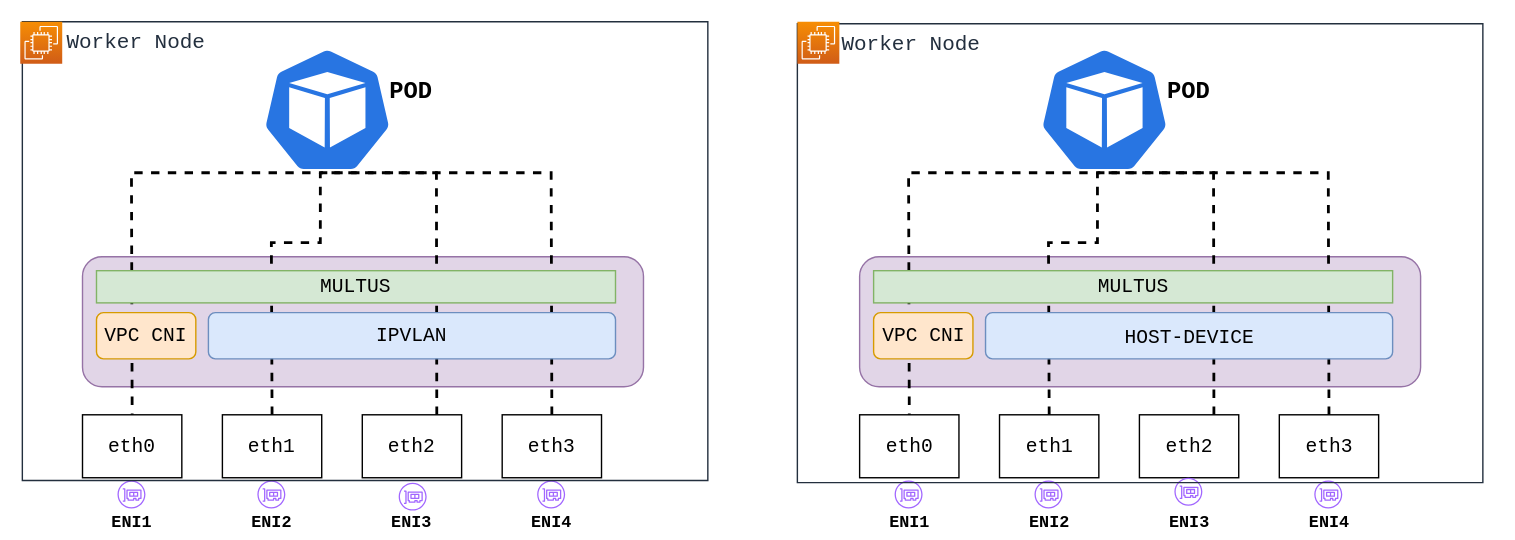
Earlier version of the draw.io export docs/diagrams/arch.drawio.svg (johnlam90/aws-multi-eni-controller). Source tidied: cells renumbered, new cells last; positions are measured from the earlier drawing's top-left corner, leaving out a move shared by most shapes.
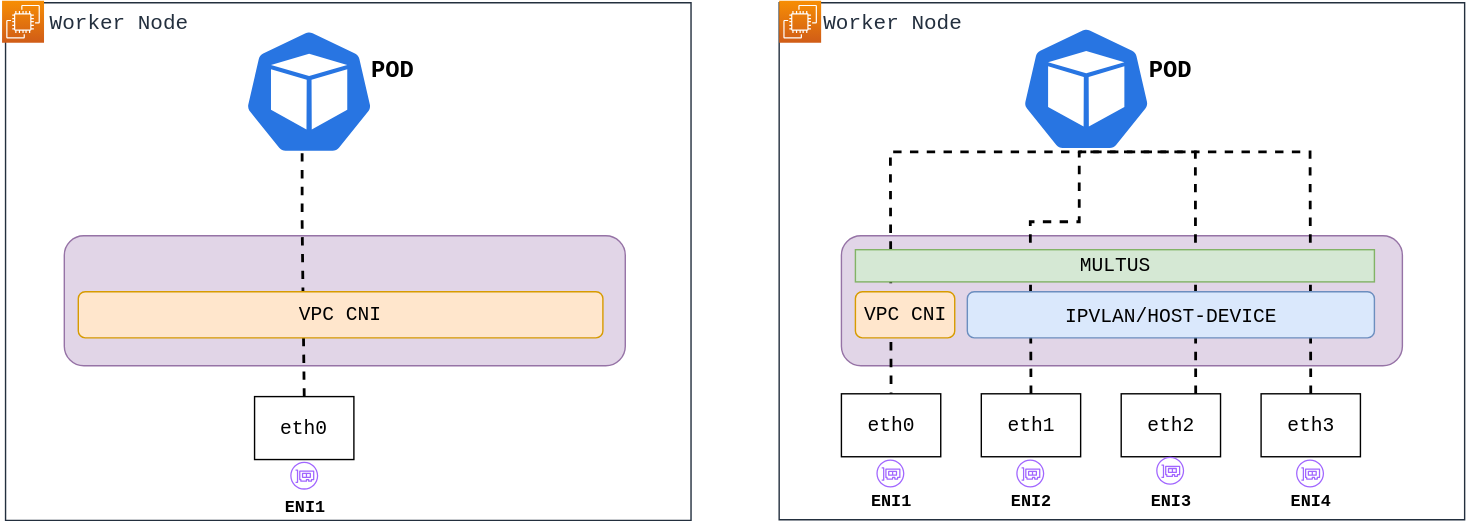
The same file after the commit.

Diff of the diagram source:
```diff
@@ -2,98 +2,32 @@
   <root>
     <mxCell id="0" />
     <mxCell id="1" parent="0" />
-    <mxCell id="2" style="rounded=0;whiteSpace=wrap;html=1;fillStyle=solid;strokeColor=none;" parent="1" vertex="1">
-      <mxGeometry width="1082" height="386" as="geometry" />
-    </mxCell>
-    <mxCell id="3" style="sketch=0;fontColor=#232F3E;gradientColor=none;fillColor=#A166FF;strokeColor=none;dashed=0;verticalLabelPosition=bottom;verticalAlign=top;align=center;html=1;fontSize=12;fontStyle=0;shape=mxgraph.aws4.elastic_network_interface;" parent="1" vertex="1">
-      <mxGeometry x="183" y="343" width="20" height="20" as="geometry" />
-    </mxCell>
-    <mxCell id="4" style="sketch=0;fontColor=#232F3E;gradientColor=none;fillColor=#A166FF;strokeColor=none;dashed=0;verticalLabelPosition=bottom;verticalAlign=top;align=center;html=1;fontSize=12;fontStyle=0;shape=mxgraph.aws4.elastic_network_interface;" parent="1" vertex="1">
-      <mxGeometry x="83" y="343" width="20" height="20" as="geometry" />
-    </mxCell>
+    <mxCell id="25" value="&lt;font style=&quot;font-size: 15px&quot; face=&quot;Courier New&quot;&gt;Worker Node&lt;/font&gt;" style="gradientColor=none;html=1;whiteSpace=wrap;fontSize=12;fontStyle=0;shape=mxgraph.aws4.group;grIcon=mxgraph.aws4.group_aws_cloud_alt;strokeColor=#232F3E;fillColor=none;verticalAlign=top;align=left;spacingLeft=30;fontColor=#232F3E;labelBackgroundColor=#ffffff;strokeWidth=1;" parent="1" vertex="1">
+      <mxGeometry x="16" y="16.5" width="490" height="370" as="geometry" />
+    </mxCell>
     <mxCell id="5" style="rounded=1;whiteSpace=wrap;html=1;fillColor=#e1d5e7;strokeColor=#9673a6;" parent="1" vertex="1">
       <mxGeometry x="58" y="183" width="401" height="93" as="geometry" />
     </mxCell>
-    <mxCell id="6" value="&lt;font style=&quot;font-size: 14px&quot; face=&quot;Courier New&quot;&gt;eth0&lt;/font&gt;" style="rounded=0;whiteSpace=wrap;html=1;" parent="1" vertex="1">
-      <mxGeometry x="58" y="296" width="71" height="45" as="geometry" />
-    </mxCell>
-    <mxCell id="7" value="&lt;font style=&quot;font-size: 14px&quot; face=&quot;Courier New&quot;&gt;eth1&lt;/font&gt;" style="rounded=0;whiteSpace=wrap;html=1;" parent="1" vertex="1">
-      <mxGeometry x="158" y="296" width="71" height="45" as="geometry" />
+    <mxCell id="7" value="&lt;font style=&quot;font-size: 14px&quot; face=&quot;Courier New&quot;&gt;eth0&lt;/font&gt;" style="rounded=0;whiteSpace=wrap;html=1;" parent="1" vertex="1">
+      <mxGeometry x="194" y="298" width="71" height="45" as="geometry" />
     </mxCell>
-    <mxCell id="8" value="&lt;font style=&quot;font-size: 14px&quot; face=&quot;Courier New&quot;&gt;eth2&lt;/font&gt;" style="rounded=0;whiteSpace=wrap;html=1;" parent="1" vertex="1">
-      <mxGeometry x="258" y="296" width="71" height="45" as="geometry" />
-    </mxCell>
-    <mxCell id="9" value="&lt;font style=&quot;font-size: 14px&quot; face=&quot;Courier New&quot;&gt;eth3&lt;/font&gt;" style="rounded=0;whiteSpace=wrap;html=1;" parent="1" vertex="1">
-      <mxGeometry x="358" y="296" width="71" height="45" as="geometry" />
-    </mxCell>
-    <mxCell id="10" style="sketch=0;fontColor=#232F3E;gradientColor=none;fillColor=#A166FF;strokeColor=none;dashed=0;verticalLabelPosition=bottom;verticalAlign=top;align=center;html=1;fontSize=12;fontStyle=0;shape=mxgraph.aws4.elastic_network_interface;" parent="1" vertex="1">
-      <mxGeometry x="284" y="344.5" width="20" height="20" as="geometry" />
-    </mxCell>
-    <mxCell id="11" style="sketch=0;fontColor=#232F3E;gradientColor=none;fillColor=#A166FF;strokeColor=none;dashed=0;verticalLabelPosition=bottom;verticalAlign=top;align=center;html=1;fontSize=12;fontStyle=0;shape=mxgraph.aws4.elastic_network_interface;" parent="1" vertex="1">
-      <mxGeometry x="383" y="343" width="20" height="20" as="geometry" />
-    </mxCell>
     <mxCell id="12" style="sketch=0;html=1;dashed=0;whitespace=wrap;fillColor=#2875E2;strokeColor=#ffffff;points=[[0.005,0.63,0],[0.1,0.2,0],[0.9,0.2,0],[0.5,0,0],[0.995,0.63,0],[0.72,0.99,0],[0.5,1,0],[0.28,0.99,0]];shape=mxgraph.kubernetes.icon;prIcon=pod;" parent="1" vertex="1">
-      <mxGeometry x="183" y="33" width="100" height="90" as="geometry" />
+      <mxGeometry x="183" y="35" width="100" height="90" as="geometry" />
     </mxCell>
-    <mxCell id="13" style="endArrow=none;dashed=1;html=1;rounded=0;entryX=0.5;entryY=0;entryDx=0;entryDy=0;strokeWidth=2;" parent="1" edge="1" target="6">
-      <mxGeometry relative="1" as="geometry">
-        <mxPoint x="233" y="123" as="sourcePoint" />
-        <Array as="points">
-          <mxPoint x="93" y="123" />
-        </Array>
-      </mxGeometry>
-    </mxCell>
-    <mxCell id="14" value="&lt;font style=&quot;font-size: 14px&quot; face=&quot;Courier New&quot;&gt;VPC CNI&lt;/font&gt;" style="rounded=1;whiteSpace=wrap;html=1;fillColor=#ffe6cc;strokeColor=#d79b00;" parent="1" vertex="1">
-      <mxGeometry x="68" y="223" width="71" height="33" as="geometry" />
-    </mxCell>
     <mxCell id="15" style="endArrow=none;dashed=1;html=1;rounded=0;exitX=0.5;exitY=0;exitDx=0;exitDy=0;strokeWidth=2;" parent="1" edge="1" source="7">
       <mxGeometry relative="1" as="geometry">
         <mxPoint x="228" y="123" as="targetPoint" />
         <Array as="points">
-          <mxPoint x="193" y="173" />
           <mxPoint x="228" y="173" />
         </Array>
       </mxGeometry>
     </mxCell>
-    <mxCell id="16" style="endArrow=none;dashed=1;html=1;rounded=0;entryX=0.5;entryY=1;entryDx=0;entryDy=0;entryPerimeter=0;exitX=0.75;exitY=0;exitDx=0;exitDy=0;strokeWidth=2;" parent="1" edge="1" source="8" target="12">
-      <mxGeometry relative="1" as="geometry">
-        <Array as="points">
-          <mxPoint x="311" y="123" />
-        </Array>
-      </mxGeometry>
-    </mxCell>
-    <mxCell id="17" style="endArrow=none;dashed=1;html=1;rounded=0;exitX=0.5;exitY=0;exitDx=0;exitDy=0;strokeColor=default;strokeWidth=2;" parent="1" edge="1" source="9">
-      <mxGeometry relative="1" as="geometry">
-        <mxPoint x="228" y="123" as="targetPoint" />
-        <Array as="points">
-          <mxPoint x="393" y="123" />
-        </Array>
-      </mxGeometry>
-    </mxCell>
-    <mxCell id="18" value="&lt;font style=&quot;font-size: 14px&quot; face=&quot;Courier New&quot;&gt;IPVLAN&lt;/font&gt;" style="rounded=1;whiteSpace=wrap;html=1;fillColor=#dae8fc;strokeColor=#6c8ebf;" parent="1" vertex="1">
-      <mxGeometry x="148" y="223" width="291" height="33" as="geometry" />
-    </mxCell>
-    <mxCell id="19" value="&lt;font style=&quot;font-size: 14px&quot; face=&quot;Courier New&quot;&gt;MULTUS&amp;nbsp;&lt;/font&gt;" style="rounded=0;whiteSpace=wrap;html=1;fillColor=#d5e8d4;strokeColor=#82b366;" parent="1" vertex="1">
-      <mxGeometry x="68" y="193" width="371" height="23" as="geometry" />
-    </mxCell>
-    <mxCell id="20" value="&lt;font face=&quot;Courier New&quot;&gt;&lt;b&gt;ENI1&lt;/b&gt;&lt;/font&gt;" style="text;html=1;align=center;verticalAlign=middle;strokeColor=none;fillColor=none;" parent="1" vertex="1">
-      <mxGeometry x="73" y="363" width="40" height="20" as="geometry" />
-    </mxCell>
-    <mxCell id="21" value="&lt;font face=&quot;Courier New&quot;&gt;&lt;b&gt;ENI2&lt;/b&gt;&lt;/font&gt;" style="text;html=1;align=center;verticalAlign=middle;strokeColor=none;fillColor=none;" parent="1" vertex="1">
-      <mxGeometry x="173" y="363" width="40" height="20" as="geometry" />
+    <mxCell id="21" value="&lt;font face=&quot;Courier New&quot;&gt;&lt;b&gt;ENI1&lt;/b&gt;&lt;/font&gt;" style="text;html=1;align=center;verticalAlign=middle;strokeColor=none;fillColor=none;" parent="1" vertex="1">
+      <mxGeometry x="206" y="363" width="47" height="27" as="geometry" />
     </mxCell>
-    <mxCell id="22" value="&lt;font face=&quot;Courier New&quot;&gt;&lt;b&gt;ENI3&lt;/b&gt;&lt;/font&gt;" style="text;html=1;align=center;verticalAlign=middle;strokeColor=none;fillColor=none;" parent="1" vertex="1">
-      <mxGeometry x="273" y="363" width="40" height="20" as="geometry" />
-    </mxCell>
-    <mxCell id="23" value="&lt;font face=&quot;Courier New&quot;&gt;&lt;b&gt;ENI4&lt;/b&gt;&lt;/font&gt;" style="text;html=1;align=center;verticalAlign=middle;strokeColor=none;fillColor=none;" parent="1" vertex="1">
-      <mxGeometry x="373" y="363" width="40" height="20" as="geometry" />
-    </mxCell>
     <mxCell id="24" value="&lt;b&gt;&lt;font face=&quot;Courier New&quot; style=&quot;font-size: 17px&quot;&gt;POD&lt;/font&gt;&lt;/b&gt;" style="text;html=1;strokeColor=none;fillColor=none;align=center;verticalAlign=middle;whiteSpace=wrap;rounded=0;" parent="1" vertex="1">
       <mxGeometry x="263" y="51" width="60" height="30" as="geometry" />
     </mxCell>
-    <mxCell id="25" value="&lt;font style=&quot;font-size: 15px&quot; face=&quot;Courier New&quot;&gt;Worker Node&lt;/font&gt;" style="gradientColor=none;html=1;whiteSpace=wrap;fontSize=12;fontStyle=0;shape=mxgraph.aws4.group;grIcon=mxgraph.aws4.group_aws_cloud_alt;strokeColor=#232F3E;fillColor=none;verticalAlign=top;align=left;spacingLeft=30;fontColor=#232F3E;labelBackgroundColor=#ffffff;strokeWidth=1;" parent="1" vertex="1">
-      <mxGeometry x="15" y="15" width="490" height="328" as="geometry" />
-    </mxCell>
     <mxCell id="26" style="sketch=0;fontColor=#232F3E;gradientColor=#F78E04;gradientDirection=north;fillColor=#D05C17;strokeColor=#ffffff;dashed=0;verticalLabelPosition=bottom;verticalAlign=top;align=center;html=1;fontSize=12;fontStyle=0;shape=mxgraph.aws4.resourceIcon;resIcon=mxgraph.aws4.ec2;" parent="1" vertex="1">
       <mxGeometry x="13.5" y="15" width="30" height="30" as="geometry" />
     </mxCell>
@@ -162,7 +96,7 @@
         </Array>
       </mxGeometry>
     </mxCell>
-    <mxCell id="42" value="&lt;span style=&quot;font-size: 14px&quot;&gt;&lt;font face=&quot;Courier New&quot;&gt;HOST-DEVICE&lt;/font&gt;&lt;/span&gt;" style="rounded=1;whiteSpace=wrap;html=1;fillColor=#dae8fc;strokeColor=#6c8ebf;" parent="1" vertex="1">
+    <mxCell id="42" value="&lt;span style=&quot;font-size: 14px&quot;&gt;&lt;font face=&quot;Courier New&quot;&gt;IPVLAN/HOST-DEVICE&lt;/font&gt;&lt;/span&gt;" style="rounded=1;whiteSpace=wrap;html=1;fillColor=#dae8fc;strokeColor=#6c8ebf;" parent="1" vertex="1">
       <mxGeometry x="703.5" y="223" width="291" height="33" as="geometry" />
     </mxCell>
     <mxCell id="43" value="&lt;font style=&quot;font-size: 14px&quot; face=&quot;Courier New&quot;&gt;MULTUS&amp;nbsp;&lt;/font&gt;" style="rounded=0;whiteSpace=wrap;html=1;fillColor=#d5e8d4;strokeColor=#82b366;" parent="1" vertex="1">
@@ -184,10 +118,16 @@
       <mxGeometry x="818.5" y="51" width="60" height="30" as="geometry" />
     </mxCell>
     <mxCell id="49" value="&lt;font style=&quot;font-size: 15px&quot; face=&quot;Courier New&quot;&gt;Worker Node&lt;/font&gt;" style="gradientColor=none;html=1;whiteSpace=wrap;fontSize=12;fontStyle=0;shape=mxgraph.aws4.group;grIcon=mxgraph.aws4.group_aws_cloud_alt;strokeColor=#232F3E;fillColor=none;verticalAlign=top;align=left;spacingLeft=30;fontColor=#232F3E;labelBackgroundColor=#ffffff;strokeWidth=1;" parent="1" vertex="1">
-      <mxGeometry x="569" y="16.5" width="490" height="328" as="geometry" />
+      <mxGeometry x="569" y="16.5" width="490" height="369.5" as="geometry" />
     </mxCell>
     <mxCell id="50" style="sketch=0;fontColor=#232F3E;gradientColor=#F78E04;gradientDirection=north;fillColor=#D05C17;strokeColor=#ffffff;dashed=0;verticalLabelPosition=bottom;verticalAlign=top;align=center;html=1;fontSize=12;fontStyle=0;shape=mxgraph.aws4.resourceIcon;resIcon=mxgraph.aws4.ec2;" parent="1" vertex="1">
       <mxGeometry x="569" y="15" width="30" height="30" as="geometry" />
     </mxCell>
+    <mxCell id="14" value="&lt;font style=&quot;font-size: 14px&quot; face=&quot;Courier New&quot;&gt;VPC CNI&lt;/font&gt;" style="rounded=1;whiteSpace=wrap;html=1;fillColor=#ffe6cc;strokeColor=#d79b00;" parent="1" vertex="1">
+      <mxGeometry x="68" y="223" width="375" height="33" as="geometry" />
+    </mxCell>
+    <mxCell id="3" style="sketch=0;fontColor=#232F3E;gradientColor=none;fillColor=#A166FF;strokeColor=none;dashed=0;verticalLabelPosition=bottom;verticalAlign=top;align=center;html=1;fontSize=12;fontStyle=0;shape=mxgraph.aws4.elastic_network_interface;" parent="1" vertex="1">
+      <mxGeometry x="219.5" y="344.5" width="20" height="20" as="geometry" />
+    </mxCell>
   </root>
 </mxGraphModel>
```
